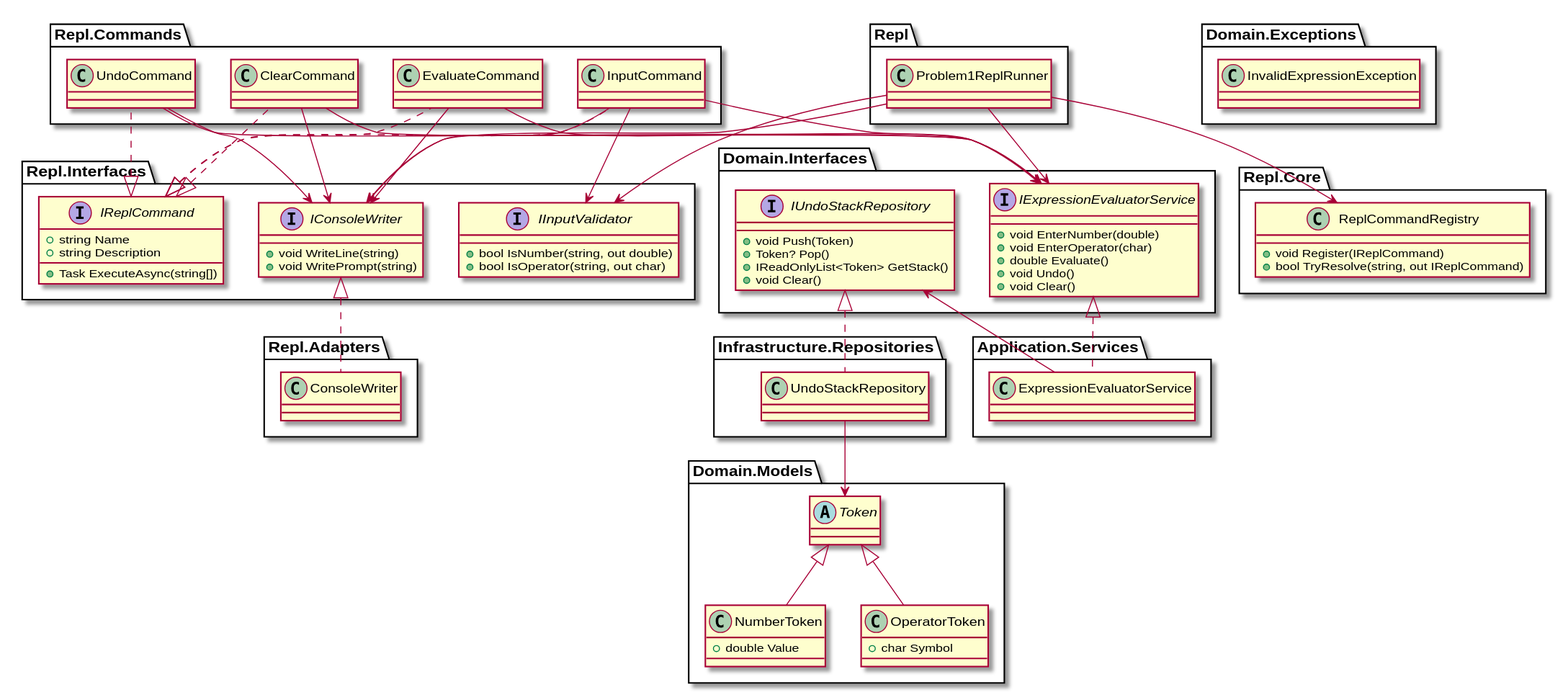
This is Exam1/docs/uml/problem1-expression-evaluator.svg from drccastillo/csharp-course, a PlantUML export, as it was before one commit. Source of this version:
```plantuml
@startuml ExpressionEvaluator

package "Domain.Models" {
  abstract class Token
  class NumberToken {
    +double Value
  }
  class OperatorToken {
    +char Symbol
  }

  Token <|-- NumberToken
  Token <|-- OperatorToken
}

package "Domain.Interfaces" {
  interface IUndoStackRepository {
    +void Push(Token)
    +Token? Pop()
    +IReadOnlyList<Token> GetStack()
    +void Clear()
  }

  interface IExpressionEvaluatorService {
    +void EnterNumber(double)
    +void EnterOperator(char)
    +double Evaluate()
    +void Undo()
    +void Clear()
  }
}

package "Domain.Exceptions" {
  class InvalidExpressionException
}

package "Infrastructure.Repositories" {
  class UndoStackRepository
  IUndoStackRepository <|.. UndoStackRepository
}

package "Application.Services" {
  class ExpressionEvaluatorService
  IExpressionEvaluatorService <|.. ExpressionEvaluatorService
}

package "Repl.Interfaces" {
  interface IReplCommand {
    +string Name
    +string Description
    +Task ExecuteAsync(string[])
  }

  interface IConsoleWriter {
    +void WriteLine(string)
    +void WritePrompt(string)
  }

  interface IInputValidator {
    +bool IsNumber(string, out double)
    +bool IsOperator(string, out char)
  }
}

package "Repl.Commands" {
  class EvaluateCommand
  class InputCommand
  class UndoCommand
  class ClearCommand

  IReplCommand <|.. EvaluateCommand
  IReplCommand <|.. InputCommand
  IReplCommand <|.. UndoCommand
  IReplCommand <|.. ClearCommand
}

package "Repl.Core" {
  class ReplCommandRegistry {
    +void Register(IReplCommand)
    +bool TryResolve(string, out IReplCommand)
  }
}

package "Repl.Adapters" {
  class ConsoleWriter
  IConsoleWriter <|.. ConsoleWriter
}

package "Repl" {
  class Problem1ReplRunner
}

Problem1ReplRunner --> ReplCommandRegistry
Problem1ReplRunner --> IConsoleWriter
Problem1ReplRunner --> IExpressionEvaluatorService
Problem1ReplRunner --> IInputValidator

InputCommand --> IInputValidator
InputCommand --> IExpressionEvaluatorService
InputCommand --> IConsoleWriter

EvaluateCommand --> IExpressionEvaluatorService
EvaluateCommand --> IConsoleWriter

UndoCommand --> IExpressionEvaluatorService
UndoCommand --> IConsoleWriter

ClearCommand --> IExpressionEvaluatorService
ClearCommand --> IConsoleWriter

ExpressionEvaluatorService --> IUndoStackRepository
UndoStackRepository --> Token

@enduml
```
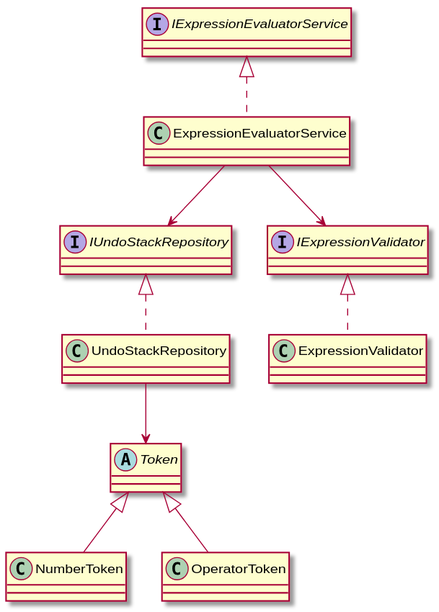
Later version of the same file.

The edit, as a diff of the source:
```diff
@@ -1,114 +1,19 @@
-@startuml ExpressionEvaluator
+@startuml ExpressionEvaluatorService
 
-package "Domain.Models" {
-  abstract class Token
-  class NumberToken {
-    +double Value
-  }
-  class OperatorToken {
-    +char Symbol
-  }
+interface IUndoStackRepository
+interface IExpressionEvaluatorService
+interface IExpressionValidator
 
-  Token <|-- NumberToken
-  Token <|-- OperatorToken
-}
+abstract class Token
+class NumberToken extends Token
+class OperatorToken extends Token
 
-package "Domain.Interfaces" {
-  interface IUndoStackRepository {
-    +void Push(Token)
-    +Token? Pop()
-    +IReadOnlyList<Token> GetStack()
-    +void Clear()
-  }
-
-  interface IExpressionEvaluatorService {
-    +void EnterNumber(double)
-    +void EnterOperator(char)
-    +double Evaluate()
-    +void Undo()
-    +void Clear()
-  }
-}
-
-package "Domain.Exceptions" {
-  class InvalidExpressionException
-}
-
-package "Infrastructure.Repositories" {
-  class UndoStackRepository
-  IUndoStackRepository <|.. UndoStackRepository
-}
-
-package "Application.Services" {
-  class ExpressionEvaluatorService
-  IExpressionEvaluatorService <|.. ExpressionEvaluatorService
-}
-
-package "Repl.Interfaces" {
-  interface IReplCommand {
-    +string Name
-    +string Description
-    +Task ExecuteAsync(string[])
-  }
-
-  interface IConsoleWriter {
-    +void WriteLine(string)
-    +void WritePrompt(string)
-  }
-
-  interface IInputValidator {
-    +bool IsNumber(string, out double)
-    +bool IsOperator(string, out char)
-  }
-}
-
-package "Repl.Commands" {
-  class EvaluateCommand
-  class InputCommand
-  class UndoCommand
-  class ClearCommand
-
-  IReplCommand <|.. EvaluateCommand
-  IReplCommand <|.. InputCommand
-  IReplCommand <|.. UndoCommand
-  IReplCommand <|.. ClearCommand
-}
-
-package "Repl.Core" {
-  class ReplCommandRegistry {
-    +void Register(IReplCommand)
-    +bool TryResolve(string, out IReplCommand)
-  }
-}
-
-package "Repl.Adapters" {
-  class ConsoleWriter
-  IConsoleWriter <|.. ConsoleWriter
-}
-
-package "Repl" {
-  class Problem1ReplRunner
-}
-
-Problem1ReplRunner --> ReplCommandRegistry
-Problem1ReplRunner --> IConsoleWriter
-Problem1ReplRunner --> IExpressionEvaluatorService
-Problem1ReplRunner --> IInputValidator
-
-InputCommand --> IInputValidator
-InputCommand --> IExpressionEvaluatorService
-InputCommand --> IConsoleWriter
-
-EvaluateCommand --> IExpressionEvaluatorService
-EvaluateCommand --> IConsoleWriter
-
-UndoCommand --> IExpressionEvaluatorService
-UndoCommand --> IConsoleWriter
-
-ClearCommand --> IExpressionEvaluatorService
-ClearCommand --> IConsoleWriter
+class ExpressionEvaluatorService implements IExpressionEvaluatorService
+class UndoStackRepository implements IUndoStackRepository
+class ExpressionValidator implements IExpressionValidator
 
 ExpressionEvaluatorService --> IUndoStackRepository
+ExpressionEvaluatorService --> IExpressionValidator
 UndoStackRepository --> Token
 
 @enduml
```
